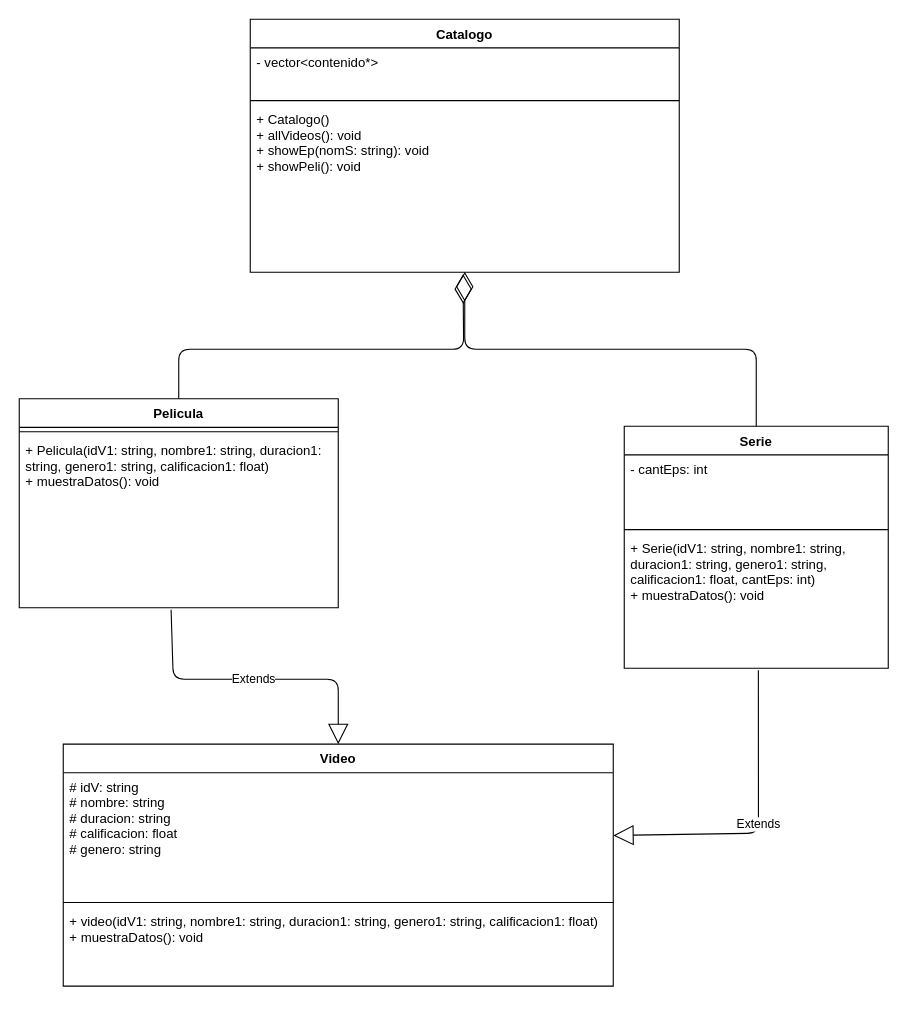
Earlier version of the draw.io diagram streaming 2.drawio (A01751101/Sicaria). Source tidied: cells renumbered, new cells numbered last; positions are measured from the earlier drawing's top-left corner, leaving out a move shared by most shapes. Both pictures are drawn from the tidied source at 110%, with x=0, y=0 at pixel (19, 19).
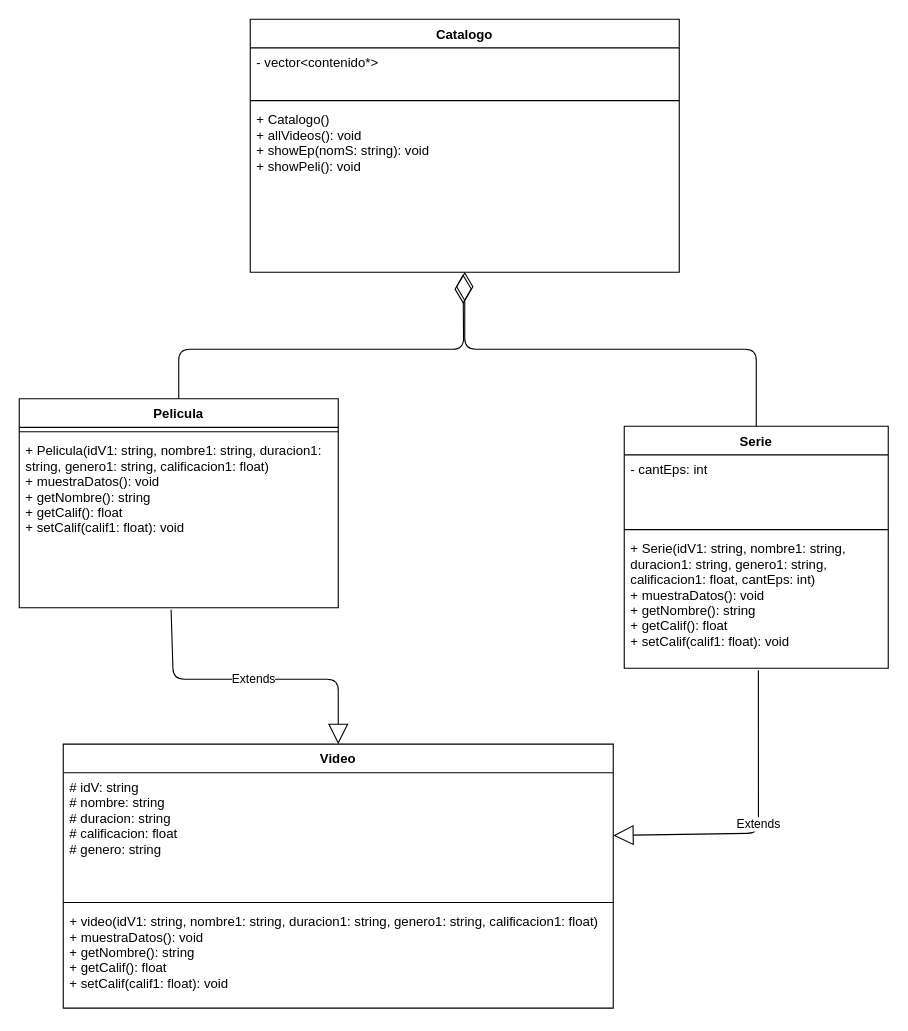
Above is the later version.

Unchanged cells that the change refers to:
```xml
<mxCell id="6" value="Pelicula" style="swimlane;fontStyle=1;align=center;verticalAlign=top;horizontal=1;startSize=26;" parent="1" vertex="1">
  <mxGeometry y="345" width="290" height="190" as="geometry" />
</mxCell>
<mxCell id="9" value="Serie" style="swimlane;fontStyle=1;align=center;verticalAlign=top;horizontal=1;startSize=26;" parent="1" vertex="1">
  <mxGeometry x="550" y="370" width="240" height="220" as="geometry" />
</mxCell>
```

Diff of the diagram source:
```diff
@@
-    <mxCell id="8" value="+ Pelicula(idV1: string, nombre1: string, duracion1: &#10;string, genero1: string, calificacion1: float)&#10;+ muestraDatos(): void" style="text;strokeColor=none;fillColor=none;align=left;verticalAlign=top;spacingLeft=4;spacingRight=4;overflow=hidden;points=[[0,0.5],[1,0.5]];portConstraint=eastwest;" parent="6" vertex="1">
+    <mxCell id="8" value="+ Pelicula(idV1: string, nombre1: string, duracion1: &#10;string, genero1: string, calificacion1: float)&#10;+ muestraDatos(): void&#10;+ getNombre(): string&#10;+ getCalif(): float&#10;+ setCalif(calif1: float): void" style="text;strokeColor=none;fillColor=none;align=left;verticalAlign=top;spacingLeft=4;spacingRight=4;overflow=hidden;points=[[0,0.5],[1,0.5]];portConstraint=eastwest;" parent="6" vertex="1">
       <mxGeometry y="34" width="290" height="156" as="geometry" />
     </mxCell>
@@
-    <mxCell id="12" value="+ Serie(idV1: string, nombre1: string, &#10;duracion1: string, genero1: string, &#10;calificacion1: float, cantEps: int)&#10;+ muestraDatos(): void" style="text;strokeColor=none;fillColor=none;align=left;verticalAlign=top;spacingLeft=4;spacingRight=4;overflow=hidden;points=[[0,0.5],[1,0.5]];portConstraint=eastwest;" parent="9" vertex="1">
+    <mxCell id="12" value="+ Serie(idV1: string, nombre1: string, &#10;duracion1: string, genero1: string, &#10;calificacion1: float, cantEps: int)&#10;+ muestraDatos(): void&#10;+ getNombre(): string&#10;+ getCalif(): float&#10;+ setCalif(calif1: float): void" style="text;strokeColor=none;fillColor=none;align=left;verticalAlign=top;spacingLeft=4;spacingRight=4;overflow=hidden;points=[[0,0.5],[1,0.5]];portConstraint=eastwest;" parent="9" vertex="1">
       <mxGeometry y="98" width="240" height="122" as="geometry" />
     </mxCell>
     <mxCell id="13" value="Video" style="swimlane;fontStyle=1;align=center;verticalAlign=top;horizontal=1;startSize=26;" parent="1" vertex="1">
-      <mxGeometry x="40" y="659" width="500" height="220" as="geometry" />
+      <mxGeometry x="40" y="659" width="500" height="240" as="geometry" />
     </mxCell>
@@
-    <mxCell id="16" value="+ video(idV1: string, nombre1: string, duracion1: string, genero1: string, calificacion1: float)&#10;+ muestraDatos(): void" style="text;strokeColor=none;fillColor=none;align=left;verticalAlign=top;spacingLeft=4;spacingRight=4;overflow=hidden;" parent="13" vertex="1">
-      <mxGeometry y="148" width="500" height="72" as="geometry" />
+    <mxCell id="16" value="+ video(idV1: string, nombre1: string, duracion1: string, genero1: string, calificacion1: float)&#10;+ muestraDatos(): void&#10;+ getNombre(): string&#10;+ getCalif(): float&#10;+ setCalif(calif1: float): void" style="text;strokeColor=none;fillColor=none;align=left;verticalAlign=top;spacingLeft=4;spacingRight=4;overflow=hidden;" parent="13" vertex="1">
+      <mxGeometry y="148" width="500" height="92" as="geometry" />
     </mxCell>
```
